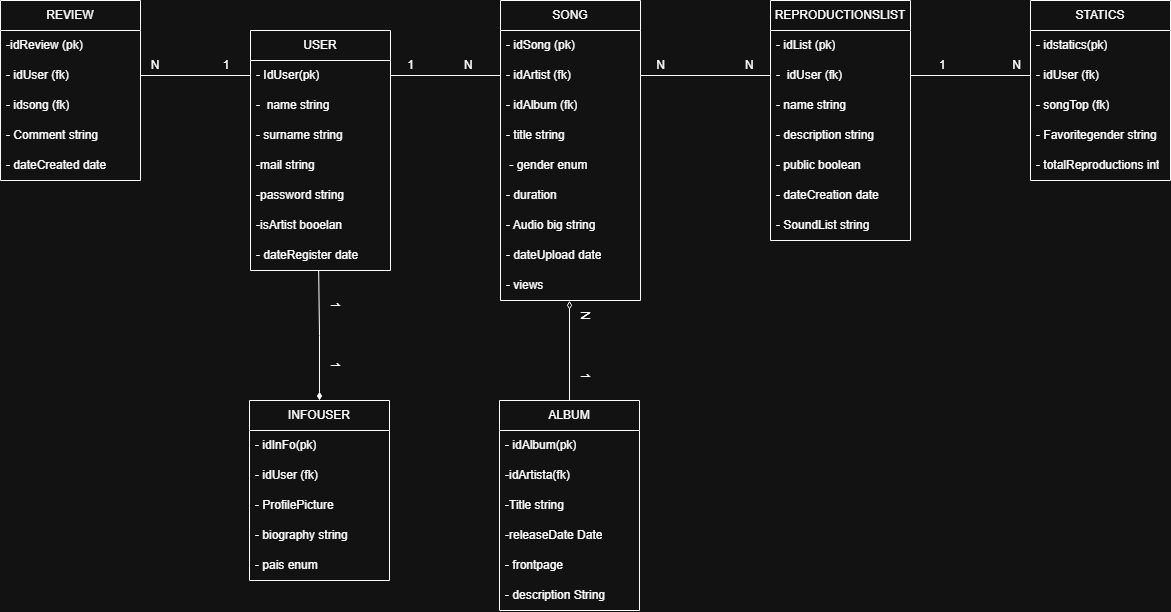
TPI-TUP-P/AVA-Sound keeps this draw.io diagram as StaticSource/TPP4.png. Above is the earlier version. Source tidied: cells renumbered, new cells last; positions are measured from the earlier drawing's top-left corner, leaving out a move shared by most shapes.
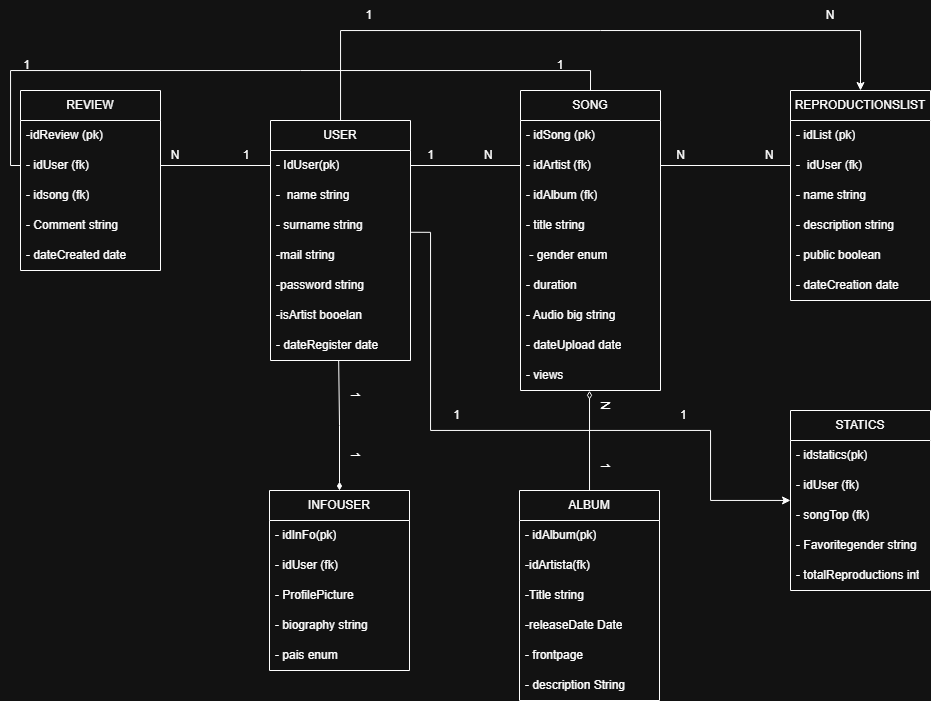
The same diagram one commit later.

Change to the diagram source:
```diff
@@ -2,6 +2,14 @@
   <root>
     <mxCell id="0" />
     <mxCell id="1" parent="0" />
+    <mxCell id="65" style="edgeStyle=orthogonalEdgeStyle;rounded=0;jettySize=auto;html=1;entryX=0.5;entryY=0;entryDx=0;entryDy=0;" parent="1" edge="1" source="2" target="16">
+      <mxGeometry relative="1" as="geometry">
+        <Array as="points">
+          <mxPoint x="320" y="-60" />
+          <mxPoint x="840" y="-60" />
+        </Array>
+      </mxGeometry>
+    </mxCell>
     <mxCell id="2" value="USER" style="swimlane;fontStyle=0;horizontal=1;startSize=30;whiteSpace=wrap;html=1;" parent="1" vertex="1">
       <mxGeometry x="250" y="30" width="140" height="240" as="geometry" />
     </mxCell>
@@ -27,7 +35,7 @@
       <mxGeometry y="210" width="140" height="30" as="geometry" />
     </mxCell>
     <mxCell id="10" value="STATICS" style="swimlane;fontStyle=0;horizontal=1;startSize=30;whiteSpace=wrap;html=1;" parent="1" vertex="1">
-      <mxGeometry x="1030" width="140" height="180" as="geometry" />
+      <mxGeometry x="770" y="320" width="140" height="180" as="geometry" />
     </mxCell>
     <mxCell id="11" value="- idstatics(pk)" style="text;strokeColor=none;fillColor=none;align=left;verticalAlign=middle;spacingLeft=4;spacingRight=4;overflow=hidden;whiteSpace=wrap;html=1;" parent="10" vertex="1">
       <mxGeometry y="30" width="140" height="30" as="geometry" />
@@ -45,7 +53,7 @@
       <mxGeometry y="150" width="140" height="30" as="geometry" />
     </mxCell>
     <mxCell id="16" value="REPRODUCTIONSLIST" style="swimlane;fontStyle=0;horizontal=1;startSize=30;whiteSpace=wrap;html=1;" parent="1" vertex="1">
-      <mxGeometry x="770" width="140" height="240" as="geometry" />
+      <mxGeometry x="770" width="140" height="210" as="geometry" />
     </mxCell>
     <mxCell id="17" value="- idList (pk)" style="text;strokeColor=none;fillColor=none;align=left;verticalAlign=middle;spacingLeft=4;spacingRight=4;overflow=hidden;whiteSpace=wrap;html=1;" parent="16" vertex="1">
       <mxGeometry y="30" width="140" height="30" as="geometry" />
@@ -65,9 +73,6 @@
     <mxCell id="22" value="- dateCreation date" style="text;strokeColor=none;fillColor=none;align=left;verticalAlign=middle;spacingLeft=4;spacingRight=4;overflow=hidden;whiteSpace=wrap;html=1;" parent="16" vertex="1">
       <mxGeometry y="180" width="140" height="30" as="geometry" />
     </mxCell>
-    <mxCell id="23" value="- SoundList string" style="text;strokeColor=none;fillColor=none;align=left;verticalAlign=middle;spacingLeft=4;spacingRight=4;overflow=hidden;whiteSpace=wrap;html=1;" parent="16" vertex="1">
-      <mxGeometry y="210" width="140" height="30" as="geometry" />
-    </mxCell>
     <mxCell id="24" value="SONG" style="swimlane;fontStyle=0;horizontal=1;startSize=30;whiteSpace=wrap;html=1;" parent="1" vertex="1">
       <mxGeometry x="500" width="140" height="300" as="geometry" />
     </mxCell>
@@ -167,9 +172,6 @@
     <mxCell id="56" value="N&amp;nbsp; &amp;nbsp; &amp;nbsp; &amp;nbsp; &amp;nbsp; &amp;nbsp; &amp;nbsp; &amp;nbsp; &amp;nbsp; &amp;nbsp; &amp;nbsp; &amp;nbsp; N" style="text;html=1;whiteSpace=wrap;strokeColor=none;fillColor=none;align=center;verticalAlign=middle;rounded=0;" parent="1" vertex="1">
       <mxGeometry x="620" y="50" width="170" height="30" as="geometry" />
     </mxCell>
-    <mxCell id="57" value="1&amp;nbsp; &amp;nbsp; &amp;nbsp; &amp;nbsp; &amp;nbsp; &amp;nbsp; &amp;nbsp; &amp;nbsp; &amp;nbsp; &amp;nbsp; N" style="text;html=1;whiteSpace=wrap;strokeColor=none;fillColor=none;align=center;verticalAlign=middle;rounded=0;" parent="1" vertex="1">
-      <mxGeometry x="910" y="50" width="140" height="30" as="geometry" />
-    </mxCell>
     <mxCell id="58" style="edgeStyle=orthogonalEdgeStyle;rounded=0;jettySize=auto;html=1;entryX=0.487;entryY=1.003;entryDx=0;entryDy=0;entryPerimeter=0;endArrow=none;endFill=0;startArrow=diamondThin;startFill=1;" parent="1" edge="1" source="34" target="9">
       <mxGeometry relative="1" as="geometry" />
     </mxCell>
@@ -182,14 +184,39 @@
     <mxCell id="61" value="N&amp;nbsp; &amp;nbsp; &amp;nbsp; &amp;nbsp; &amp;nbsp; &amp;nbsp; &amp;nbsp; &amp;nbsp; 1" style="text;html=1;whiteSpace=wrap;strokeColor=none;fillColor=none;align=center;verticalAlign=middle;rounded=0;rotation=90;" parent="1" vertex="1">
       <mxGeometry x="540" y="330" width="90" height="30" as="geometry" />
     </mxCell>
-    <mxCell id="62" style="edgeStyle=orthogonalEdgeStyle;rounded=0;jettySize=auto;html=1;entryX=0;entryY=0.5;entryDx=0;entryDy=0;endArrow=none;endFill=0;" parent="1" edge="1" source="18" target="12">
-      <mxGeometry relative="1" as="geometry" />
-    </mxCell>
     <mxCell id="63" style="edgeStyle=orthogonalEdgeStyle;rounded=0;jettySize=auto;html=1;entryX=1;entryY=0.5;entryDx=0;entryDy=0;endArrow=none;endFill=0;" parent="1" edge="1" source="3" target="42">
       <mxGeometry relative="1" as="geometry" />
     </mxCell>
     <mxCell id="64" value="N&amp;nbsp; &amp;nbsp; &amp;nbsp; &amp;nbsp; &amp;nbsp; &amp;nbsp; &amp;nbsp; &amp;nbsp; &amp;nbsp; &amp;nbsp;1" style="text;html=1;whiteSpace=wrap;strokeColor=none;fillColor=none;align=center;verticalAlign=middle;rounded=0;" parent="1" vertex="1">
       <mxGeometry x="130" y="50" width="120" height="30" as="geometry" />
     </mxCell>
+    <mxCell id="66" style="edgeStyle=orthogonalEdgeStyle;rounded=0;jettySize=auto;html=1;entryX=0.5;entryY=0;entryDx=0;entryDy=0;endArrow=none;endFill=0;" parent="1" edge="1" source="42" target="24">
+      <mxGeometry relative="1" as="geometry">
+        <Array as="points">
+          <mxPoint x="-10" y="75" />
+          <mxPoint x="-10" y="-20" />
+          <mxPoint x="570" y="-20" />
+        </Array>
+      </mxGeometry>
+    </mxCell>
+    <mxCell id="67" value="1&amp;nbsp; &amp;nbsp; &amp;nbsp; &amp;nbsp; &amp;nbsp; &amp;nbsp; &amp;nbsp; &amp;nbsp; &amp;nbsp; &amp;nbsp; &amp;nbsp; &amp;nbsp; &amp;nbsp; &amp;nbsp; &amp;nbsp; &amp;nbsp; &amp;nbsp; &amp;nbsp; &amp;nbsp; &amp;nbsp; &amp;nbsp; &amp;nbsp; &amp;nbsp; &amp;nbsp; &amp;nbsp; &amp;nbsp; &amp;nbsp; &amp;nbsp; &amp;nbsp; &amp;nbsp; &amp;nbsp; &amp;nbsp; &amp;nbsp; &amp;nbsp; &amp;nbsp; &amp;nbsp; &amp;nbsp; &amp;nbsp; &amp;nbsp; &amp;nbsp; &amp;nbsp; &amp;nbsp; &amp;nbsp; &amp;nbsp; &amp;nbsp; &amp;nbsp; &amp;nbsp; &amp;nbsp; &amp;nbsp; &amp;nbsp; &amp;nbsp; &amp;nbsp; &amp;nbsp; &amp;nbsp; &amp;nbsp; &amp;nbsp; &amp;nbsp; &amp;nbsp; &amp;nbsp; &amp;nbsp; &amp;nbsp; &amp;nbsp; &amp;nbsp; &amp;nbsp; &amp;nbsp; &amp;nbsp; &amp;nbsp; &amp;nbsp; &amp;nbsp; &amp;nbsp; &amp;nbsp; &amp;nbsp; &amp;nbsp; &amp;nbsp; &amp;nbsp; &amp;nbsp; &amp;nbsp; &amp;nbsp; &amp;nbsp; 1&amp;nbsp;" style="text;html=1;whiteSpace=wrap;strokeColor=none;fillColor=none;align=center;verticalAlign=middle;rounded=0;" parent="1" vertex="1">
+      <mxGeometry x="-20" y="-40" width="590" height="30" as="geometry" />
+    </mxCell>
+    <mxCell id="57" value="1&amp;nbsp; &amp;nbsp; &amp;nbsp; &amp;nbsp; &amp;nbsp; &amp;nbsp; &amp;nbsp; &amp;nbsp; &amp;nbsp; &amp;nbsp; &amp;nbsp; &amp;nbsp; &amp;nbsp; &amp;nbsp; &amp;nbsp; &amp;nbsp; &amp;nbsp; &amp;nbsp; &amp;nbsp; &amp;nbsp; &amp;nbsp; &amp;nbsp; &amp;nbsp; &amp;nbsp; &amp;nbsp; &amp;nbsp; &amp;nbsp; &amp;nbsp; &amp;nbsp; &amp;nbsp; &amp;nbsp; &amp;nbsp; &amp;nbsp; &amp;nbsp; &amp;nbsp; &amp;nbsp; &amp;nbsp; &amp;nbsp; &amp;nbsp; &amp;nbsp; &amp;nbsp; &amp;nbsp; &amp;nbsp; &amp;nbsp; &amp;nbsp; &amp;nbsp; &amp;nbsp; &amp;nbsp; &amp;nbsp; &amp;nbsp; &amp;nbsp; &amp;nbsp; &amp;nbsp; &amp;nbsp; &amp;nbsp; &amp;nbsp; &amp;nbsp; &amp;nbsp; &amp;nbsp; &amp;nbsp; &amp;nbsp; &amp;nbsp; &amp;nbsp; &amp;nbsp; &amp;nbsp; &amp;nbsp; &amp;nbsp; &amp;nbsp; N" style="text;html=1;whiteSpace=wrap;strokeColor=none;fillColor=none;align=center;verticalAlign=middle;rounded=0;" parent="1" vertex="1">
+      <mxGeometry x="330" y="-90" width="500" height="30" as="geometry" />
+    </mxCell>
+    <mxCell id="68" style="edgeStyle=orthogonalEdgeStyle;rounded=0;jettySize=auto;html=1;exitX=0.999;exitY=0.726;exitDx=0;exitDy=0;exitPerimeter=0;" parent="1" edge="1" source="5" target="10">
+      <mxGeometry relative="1" as="geometry">
+        <Array as="points">
+          <mxPoint x="410" y="142" />
+          <mxPoint x="410" y="340" />
+          <mxPoint x="690" y="340" />
+          <mxPoint x="690" y="410" />
+        </Array>
+      </mxGeometry>
+    </mxCell>
+    <mxCell id="69" value="1&amp;nbsp; &amp;nbsp; &amp;nbsp; &amp;nbsp; &amp;nbsp; &amp;nbsp; &amp;nbsp; &amp;nbsp; &amp;nbsp; &amp;nbsp; &amp;nbsp; &amp;nbsp; &amp;nbsp; &amp;nbsp; &amp;nbsp; &amp;nbsp; &amp;nbsp; &amp;nbsp; &amp;nbsp; &amp;nbsp; &amp;nbsp; &amp;nbsp; &amp;nbsp; &amp;nbsp; &amp;nbsp; &amp;nbsp; &amp;nbsp; &amp;nbsp; &amp;nbsp; &amp;nbsp; &amp;nbsp; &amp;nbsp; &amp;nbsp; 1" style="text;html=1;whiteSpace=wrap;strokeColor=none;fillColor=none;align=center;verticalAlign=middle;rounded=0;" parent="1" vertex="1">
+      <mxGeometry x="430" y="310" width="240" height="30" as="geometry" />
+    </mxCell>
   </root>
 </mxGraphModel>
```
